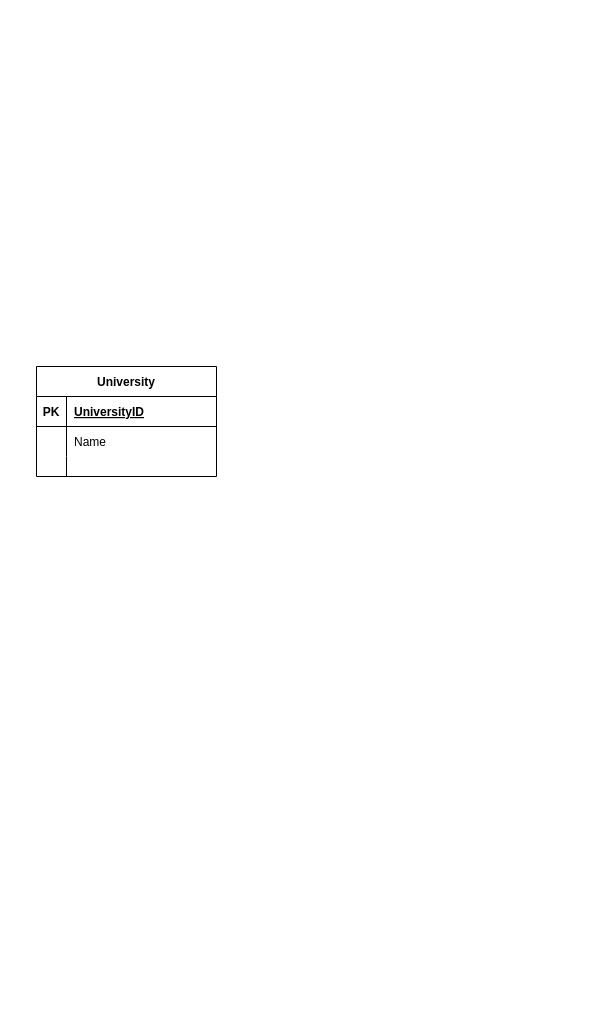
Above: Untitled Diagram.drawio in ilya-siluyanov/DrawIO (draw.io), before the change. Source tidied: cells renumbered, new cells numbered last; positions are measured from the earlier drawing's top-left corner, leaving out a move shared by most shapes. Both pictures are drawn from the tidied source at 100%, with x=0, y=0 at pixel (36, 366).
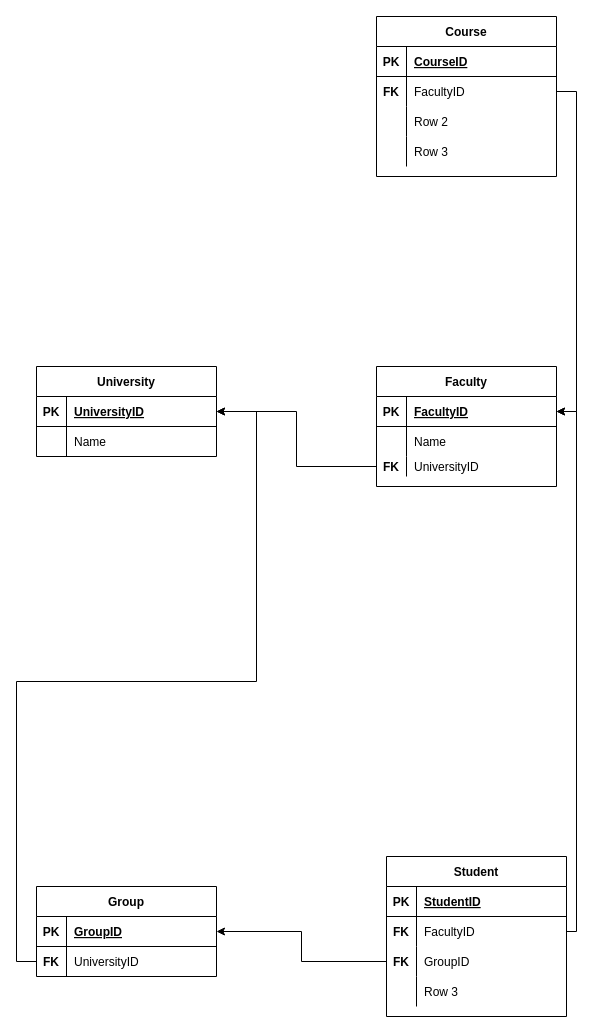
After the change.

Unchanged cells that the change refers to:
```xml
<mxCell id="3" style="shape=tableRow;horizontal=0;startSize=0;swimlaneHead=0;swimlaneBody=0;fillColor=none;points=[[0,0.5],[1,0.5]];portConstraint=eastwest;top=0;left=0;right=0;bottom=1;" parent="2" vertex="1">
  <mxGeometry y="30" width="180" height="30" as="geometry" />
</mxCell>
```

What changed in the source:
```diff
@@
     <mxCell id="2" value="University" style="shape=table;startSize=30;childLayout=tableLayout;rowLines=0;fontStyle=1;align=center;" parent="1" vertex="1">
-      <mxGeometry width="180" height="110" as="geometry" />
+      <mxGeometry width="180" height="90" as="geometry" />
     </mxCell>
@@
+    <mxCell id="12" value="Faculty" style="shape=table;startSize=30;childLayout=tableLayout;rowLines=0;fontStyle=1;align=center;" parent="1" vertex="1">
+      <mxGeometry x="340" width="180" height="120" as="geometry" />
+    </mxCell>
+    <mxCell id="13" style="shape=tableRow;horizontal=0;startSize=0;swimlaneHead=0;swimlaneBody=0;fillColor=none;points=[[0,0.5],[1,0.5]];portConstraint=eastwest;top=0;left=0;right=0;bottom=1;" parent="12" vertex="1">
+      <mxGeometry y="30" width="180" height="30" as="geometry" />
+    </mxCell>
+    <mxCell id="14" value="PK" style="shape=partialRectangle;fillColor=none;top=0;left=0;bottom=0;right=0;fontStyle=1;overflow=hidden;" parent="13" vertex="1">
+      <mxGeometry width="30" height="30" as="geometry" />
+    </mxCell>
+    <mxCell id="15" value="FacultyID" style="shape=partialRectangle;fillColor=none;top=0;left=0;bottom=0;right=0;align=left;spacingLeft=6;fontStyle=5;overflow=hidden;" parent="13" vertex="1">
+      <mxGeometry x="30" width="150" height="30" as="geometry" />
+    </mxCell>
+    <mxCell id="16" style="shape=tableRow;horizontal=0;startSize=0;swimlaneHead=0;swimlaneBody=0;fillColor=none;top=0;left=0;right=0;bottom=0;" parent="12" vertex="1">
+      <mxGeometry y="60" width="180" height="30" as="geometry" />
+    </mxCell>
+    <mxCell id="17" style="shape=partialRectangle;fillColor=none;top=0;left=0;bottom=0;right=0;overflow=hidden;" parent="16" vertex="1">
+      <mxGeometry width="30" height="30" as="geometry" />
+    </mxCell>
+    <mxCell id="18" value="Name" style="shape=partialRectangle;fillColor=none;top=0;left=0;bottom=0;right=0;align=left;spacingLeft=6;overflow=hidden;" parent="16" vertex="1">
+      <mxGeometry x="30" width="150" height="30" as="geometry" />
+    </mxCell>
-    <mxCell id="9" style="shape=tableRow;horizontal=0;startSize=0;swimlaneHead=0;swimlaneBody=0;fillColor=none;points=[[0,0.5],[1,0.5]];portConstraint=eastwest;top=0;left=0;right=0;bottom=0;" parent="2" vertex="1">
+    <mxCell id="9" style="shape=tableRow;horizontal=0;startSize=0;swimlaneHead=0;swimlaneBody=0;fillColor=none;points=[[0,0.5],[1,0.5]];portConstraint=eastwest;top=0;left=0;right=0;bottom=0;" parent="12" vertex="1">
       <mxGeometry y="90" width="180" height="20" as="geometry" />
     </mxCell>
-    <mxCell id="10" style="shape=partialRectangle;fillColor=none;top=0;left=0;bottom=0;right=0;overflow=hidden;" parent="9" vertex="1">
-      <mxGeometry width="30" height="20" as="geometry" />
-    </mxCell>
-    <mxCell id="11" style="shape=partialRectangle;fillColor=none;top=0;left=0;bottom=0;right=0;align=left;spacingLeft=6;overflow=hidden;" parent="9" vertex="1">
-      <mxGeometry x="30" width="150" height="20" as="geometry" />
-    </mxCell>
+    <mxCell id="19" value="FK" style="shape=partialRectangle;fillColor=none;top=0;left=0;bottom=0;right=0;overflow=hidden;fontStyle=1;" parent="9" vertex="1">
+      <mxGeometry width="30" height="20" as="geometry" />
+    </mxCell>
+    <mxCell id="20" value="UniversityID" style="shape=partialRectangle;fillColor=none;top=0;left=0;bottom=0;right=0;align=left;spacingLeft=6;overflow=hidden;" parent="9" vertex="1">
+      <mxGeometry x="30" width="150" height="20" as="geometry" />
+    </mxCell>
+    <mxCell id="21" style="edgeStyle=orthogonalEdgeStyle;rounded=0;jettySize=auto;html=1;entryX=1;entryY=0.5;entryDx=0;entryDy=0;" parent="1" edge="1" source="9" target="3">
+      <mxGeometry relative="1" as="geometry" />
+    </mxCell>
+    <mxCell id="22" value="Group" style="shape=table;startSize=30;childLayout=tableLayout;rowLines=0;fontStyle=1;align=center;" parent="1" vertex="1">
+      <mxGeometry y="520" width="180" height="90" as="geometry" />
+    </mxCell>
+    <mxCell id="23" style="shape=tableRow;horizontal=0;startSize=0;swimlaneHead=0;swimlaneBody=0;fillColor=none;points=[[0,0.5],[1,0.5]];portConstraint=eastwest;top=0;left=0;right=0;bottom=1;" parent="22" vertex="1">
+      <mxGeometry y="30" width="180" height="30" as="geometry" />
+    </mxCell>
+    <mxCell id="24" value="PK" style="shape=partialRectangle;fillColor=none;top=0;left=0;bottom=0;right=0;fontStyle=1;overflow=hidden;" parent="23" vertex="1">
+      <mxGeometry width="30" height="30" as="geometry" />
+    </mxCell>
+    <mxCell id="25" value="GroupID" style="shape=partialRectangle;fillColor=none;top=0;left=0;bottom=0;right=0;align=left;spacingLeft=6;fontStyle=5;overflow=hidden;" parent="23" vertex="1">
+      <mxGeometry x="30" width="150" height="30" as="geometry" />
+    </mxCell>
+    <mxCell id="26" style="shape=tableRow;horizontal=0;startSize=0;swimlaneHead=0;swimlaneBody=0;fillColor=none;points=[[0,0.5],[1,0.5]];portConstraint=eastwest;top=0;left=0;right=0;bottom=0;" parent="22" vertex="1">
+      <mxGeometry y="60" width="180" height="30" as="geometry" />
+    </mxCell>
+    <mxCell id="27" value="FK" style="shape=partialRectangle;fillColor=none;top=0;left=0;bottom=0;right=0;overflow=hidden;fontStyle=1;" parent="26" vertex="1">
+      <mxGeometry width="30" height="30" as="geometry" />
+    </mxCell>
+    <mxCell id="28" value="UniversityID" style="shape=partialRectangle;fillColor=none;top=0;left=0;bottom=0;right=0;align=left;spacingLeft=6;overflow=hidden;" parent="26" vertex="1">
+      <mxGeometry x="30" width="150" height="30" as="geometry" />
+    </mxCell>
+    <mxCell id="29" style="edgeStyle=orthogonalEdgeStyle;rounded=0;jettySize=auto;html=1;entryX=1;entryY=0.5;entryDx=0;entryDy=0;" parent="1" edge="1" source="26" target="3">
+      <mxGeometry relative="1" as="geometry">
+        <Array as="points">
+          <mxPoint x="-20" y="595" />
+          <mxPoint x="-20" y="315" />
+          <mxPoint x="220" y="315" />
+          <mxPoint x="220" y="45" />
+        </Array>
+      </mxGeometry>
+    </mxCell>
+    <mxCell id="30" value="Student" style="shape=table;startSize=30;childLayout=tableLayout;rowLines=0;fontStyle=1;align=center;" parent="1" vertex="1">
+      <mxGeometry x="350" y="490" width="180" height="160" as="geometry" />
+    </mxCell>
+    <mxCell id="31" style="shape=tableRow;horizontal=0;startSize=0;swimlaneHead=0;swimlaneBody=0;fillColor=none;top=0;left=0;right=0;bottom=1;" parent="30" vertex="1">
+      <mxGeometry y="30" width="180" height="30" as="geometry" />
+    </mxCell>
+    <mxCell id="32" value="PK" style="shape=partialRectangle;fillColor=none;top=0;left=0;bottom=0;right=0;fontStyle=1;overflow=hidden;" parent="31" vertex="1">
+      <mxGeometry width="30" height="30" as="geometry" />
+    </mxCell>
+    <mxCell id="33" value="StudentID" style="shape=partialRectangle;fillColor=none;top=0;left=0;bottom=0;right=0;align=left;spacingLeft=6;fontStyle=5;overflow=hidden;" parent="31" vertex="1">
+      <mxGeometry x="30" width="150" height="30" as="geometry" />
+    </mxCell>
+    <mxCell id="34" style="shape=tableRow;horizontal=0;startSize=0;swimlaneHead=0;swimlaneBody=0;fillColor=none;points=[[0,0.5],[1,0.5]];portConstraint=eastwest;top=0;left=0;right=0;bottom=0;" parent="30" vertex="1">
+      <mxGeometry y="60" width="180" height="30" as="geometry" />
+    </mxCell>
+    <mxCell id="35" value="FK" style="shape=partialRectangle;fillColor=none;top=0;left=0;bottom=0;right=0;overflow=hidden;fontStyle=1;" parent="34" vertex="1">
+      <mxGeometry width="30" height="30" as="geometry" />
+    </mxCell>
+    <mxCell id="36" value="FacultyID" style="shape=partialRectangle;fillColor=none;top=0;left=0;bottom=0;right=0;align=left;spacingLeft=6;overflow=hidden;" parent="34" vertex="1">
+      <mxGeometry x="30" width="150" height="30" as="geometry" />
+    </mxCell>
+    <mxCell id="37" style="shape=tableRow;horizontal=0;startSize=0;swimlaneHead=0;swimlaneBody=0;fillColor=none;points=[[0,0.5],[1,0.5]];portConstraint=eastwest;top=0;left=0;right=0;bottom=0;" parent="30" vertex="1">
+      <mxGeometry y="90" width="180" height="30" as="geometry" />
+    </mxCell>
+    <mxCell id="38" value="FK" style="shape=partialRectangle;fillColor=none;top=0;left=0;bottom=0;right=0;overflow=hidden;fontStyle=1;" parent="37" vertex="1">
+      <mxGeometry width="30" height="30" as="geometry" />
+    </mxCell>
+    <mxCell id="39" value="GroupID" style="shape=partialRectangle;fillColor=none;top=0;left=0;bottom=0;right=0;align=left;spacingLeft=6;overflow=hidden;" parent="37" vertex="1">
+      <mxGeometry x="30" width="150" height="30" as="geometry" />
+    </mxCell>
+    <mxCell id="40" style="shape=tableRow;horizontal=0;startSize=0;swimlaneHead=0;swimlaneBody=0;fillColor=none;top=0;left=0;right=0;bottom=0;" parent="30" vertex="1">
+      <mxGeometry y="120" width="180" height="30" as="geometry" />
+    </mxCell>
+    <mxCell id="41" style="shape=partialRectangle;fillColor=none;top=0;left=0;bottom=0;right=0;overflow=hidden;" parent="40" vertex="1">
+      <mxGeometry width="30" height="30" as="geometry" />
+    </mxCell>
+    <mxCell id="42" value="Row 3" style="shape=partialRectangle;fillColor=none;top=0;left=0;bottom=0;right=0;align=left;spacingLeft=6;overflow=hidden;" parent="40" vertex="1">
+      <mxGeometry x="30" width="150" height="30" as="geometry" />
+    </mxCell>
+    <mxCell id="43" style="edgeStyle=orthogonalEdgeStyle;rounded=0;jettySize=auto;html=1;entryX=1;entryY=0.5;entryDx=0;entryDy=0;exitX=0;exitY=0.5;exitDx=0;exitDy=0;" parent="1" edge="1" source="37" target="23">
+      <mxGeometry relative="1" as="geometry" />
+    </mxCell>
+    <mxCell id="44" style="edgeStyle=orthogonalEdgeStyle;rounded=0;jettySize=auto;html=1;entryX=1;entryY=0.5;entryDx=0;entryDy=0;" parent="1" edge="1" source="34" target="13">
+      <mxGeometry relative="1" as="geometry">
+        <Array as="points">
+          <mxPoint x="540" y="565" />
+          <mxPoint x="540" y="45" />
+        </Array>
+      </mxGeometry>
+    </mxCell>
+    <mxCell id="45" value="Course" style="shape=table;startSize=30;childLayout=tableLayout;rowLines=0;fontStyle=1;align=center;" parent="1" vertex="1">
+      <mxGeometry x="340" y="-350" width="180" height="160" as="geometry" />
+    </mxCell>
+    <mxCell id="46" style="shape=tableRow;horizontal=0;startSize=0;swimlaneHead=0;swimlaneBody=0;fillColor=none;top=0;left=0;right=0;bottom=1;" parent="45" vertex="1">
+      <mxGeometry y="30" width="180" height="30" as="geometry" />
+    </mxCell>
+    <mxCell id="47" value="PK" style="shape=partialRectangle;fillColor=none;top=0;left=0;bottom=0;right=0;fontStyle=1;overflow=hidden;" parent="46" vertex="1">
+      <mxGeometry width="30" height="30" as="geometry" />
+    </mxCell>
+    <mxCell id="48" value="CourseID" style="shape=partialRectangle;fillColor=none;top=0;left=0;bottom=0;right=0;align=left;spacingLeft=6;fontStyle=5;overflow=hidden;" parent="46" vertex="1">
+      <mxGeometry x="30" width="150" height="30" as="geometry" />
+    </mxCell>
+    <mxCell id="49" style="shape=tableRow;horizontal=0;startSize=0;swimlaneHead=0;swimlaneBody=0;fillColor=none;points=[[0,0.5],[1,0.5]];portConstraint=eastwest;top=0;left=0;right=0;bottom=0;" parent="45" vertex="1">
+      <mxGeometry y="60" width="180" height="30" as="geometry" />
+    </mxCell>
+    <mxCell id="50" value="FK" style="shape=partialRectangle;fillColor=none;top=0;left=0;bottom=0;right=0;overflow=hidden;fontStyle=1;" parent="49" vertex="1">
+      <mxGeometry width="30" height="30" as="geometry" />
+    </mxCell>
+    <mxCell id="51" value="FacultyID" style="shape=partialRectangle;fillColor=none;top=0;left=0;bottom=0;right=0;align=left;spacingLeft=6;overflow=hidden;" parent="49" vertex="1">
+      <mxGeometry x="30" width="150" height="30" as="geometry" />
+    </mxCell>
+    <mxCell id="52" style="shape=tableRow;horizontal=0;startSize=0;swimlaneHead=0;swimlaneBody=0;fillColor=none;top=0;left=0;right=0;bottom=0;" parent="45" vertex="1">
+      <mxGeometry y="90" width="180" height="30" as="geometry" />
+    </mxCell>
+    <mxCell id="53" style="shape=partialRectangle;fillColor=none;top=0;left=0;bottom=0;right=0;overflow=hidden;" parent="52" vertex="1">
+      <mxGeometry width="30" height="30" as="geometry" />
+    </mxCell>
+    <mxCell id="54" value="Row 2" style="shape=partialRectangle;fillColor=none;top=0;left=0;bottom=0;right=0;align=left;spacingLeft=6;overflow=hidden;" parent="52" vertex="1">
+      <mxGeometry x="30" width="150" height="30" as="geometry" />
+    </mxCell>
+    <mxCell id="55" style="shape=tableRow;horizontal=0;startSize=0;swimlaneHead=0;swimlaneBody=0;fillColor=none;top=0;left=0;right=0;bottom=0;" parent="45" vertex="1">
+      <mxGeometry y="120" width="180" height="30" as="geometry" />
+    </mxCell>
+    <mxCell id="56" style="shape=partialRectangle;fillColor=none;top=0;left=0;bottom=0;right=0;overflow=hidden;" parent="55" vertex="1">
+      <mxGeometry width="30" height="30" as="geometry" />
+    </mxCell>
+    <mxCell id="57" value="Row 3" style="shape=partialRectangle;fillColor=none;top=0;left=0;bottom=0;right=0;align=left;spacingLeft=6;overflow=hidden;" parent="55" vertex="1">
+      <mxGeometry x="30" width="150" height="30" as="geometry" />
+    </mxCell>
+    <mxCell id="58" style="edgeStyle=orthogonalEdgeStyle;rounded=0;jettySize=auto;html=1;entryX=1;entryY=0.5;entryDx=0;entryDy=0;" parent="1" edge="1" source="49" target="13">
+      <mxGeometry relative="1" as="geometry">
+        <Array as="points">
+          <mxPoint x="540" y="-275" />
+          <mxPoint x="540" y="45" />
+        </Array>
+      </mxGeometry>
+    </mxCell>
```
